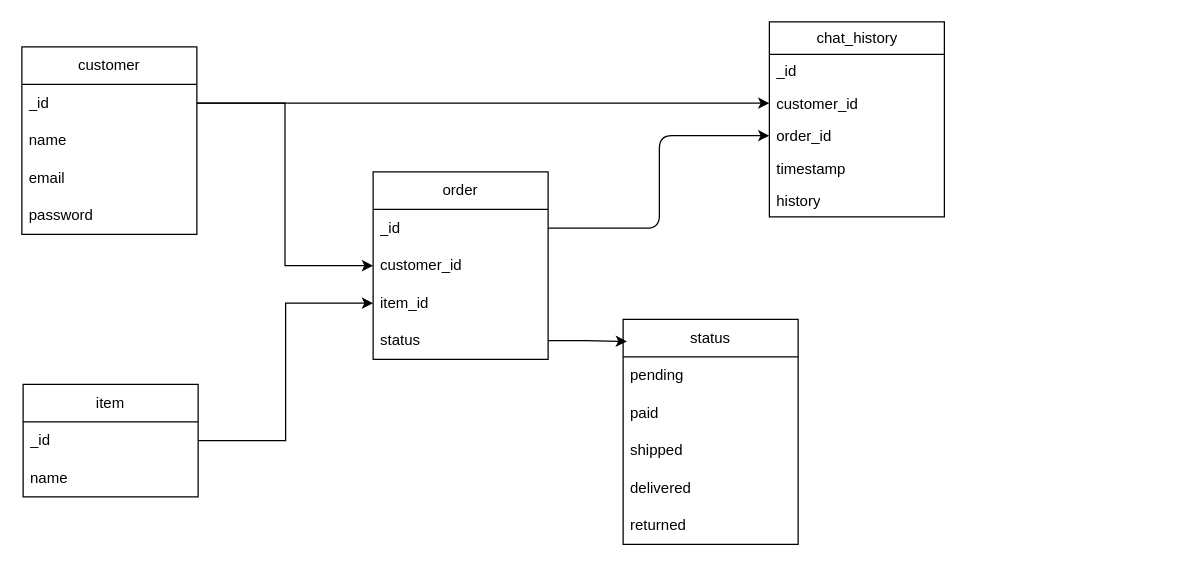
This is diagrams/chatbot-relational.drawio from LeandroFranciscato/go-chatbot, a draw.io file, before an edit. Source tidied: cells renumbered, new cells numbered last; positions are measured from the earlier drawing's top-left corner, leaving out a move shared by most shapes. Both pictures are drawn from the tidied source at 125%, with x=0, y=0 at pixel (21, 21).
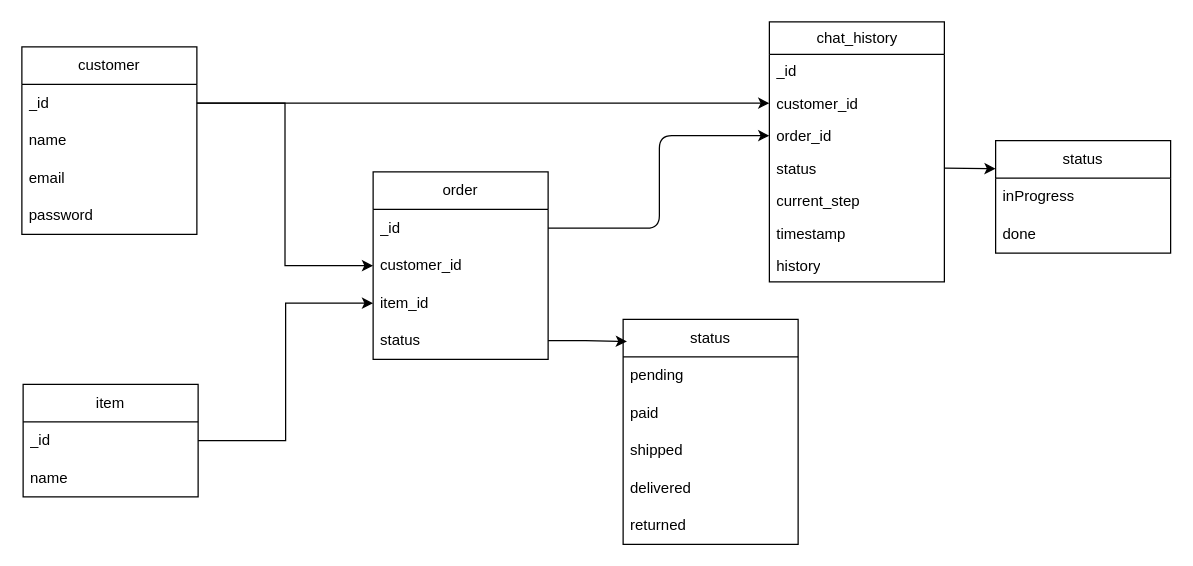
After the change.

What changed in the source:
```diff
@@
     <mxCell id="24" value="chat_history" style="swimlane;fontStyle=0;horizontal=1;startSize=26;fillColor=none;html=1;" parent="1" vertex="1">
-      <mxGeometry x="598" width="140" height="156" as="geometry" />
+      <mxGeometry x="598" width="140" height="208" as="geometry" />
     </mxCell>
@@
+    <mxCell id="32" value="status" style="text;strokeColor=none;fillColor=none;align=left;verticalAlign=top;spacingLeft=4;spacingRight=4;overflow=hidden;points=[[0,0.5],[1,0.5]];portConstraint=eastwest;whiteSpace=wrap;html=1;" parent="24" vertex="1">
+      <mxGeometry y="104" width="140" height="26" as="geometry" />
+    </mxCell>
+    <mxCell id="33" value="current_step" style="text;strokeColor=none;fillColor=none;align=left;verticalAlign=top;spacingLeft=4;spacingRight=4;overflow=hidden;whiteSpace=wrap;html=1;" parent="24" vertex="1">
+      <mxGeometry y="130" width="140" height="26" as="geometry" />
+    </mxCell>
     <mxCell id="28" value="timestamp&lt;br&gt;" style="text;strokeColor=none;fillColor=none;align=left;verticalAlign=top;spacingLeft=4;spacingRight=4;overflow=hidden;whiteSpace=wrap;html=1;" parent="24" vertex="1">
-      <mxGeometry y="104" width="140" height="26" as="geometry" />
+      <mxGeometry y="156" width="140" height="26" as="geometry" />
     </mxCell>
     <mxCell id="29" value="history" style="text;strokeColor=none;fillColor=none;align=left;verticalAlign=top;spacingLeft=4;spacingRight=4;overflow=hidden;whiteSpace=wrap;html=1;" parent="24" vertex="1">
-      <mxGeometry y="130" width="140" height="26" as="geometry" />
+      <mxGeometry y="182" width="140" height="26" as="geometry" />
     </mxCell>
@@
+    <mxCell id="34" value="status" style="swimlane;fontStyle=0;horizontal=1;startSize=30;whiteSpace=wrap;html=1;" parent="1" vertex="1">
+      <mxGeometry x="779" y="95" width="140" height="90" as="geometry" />
+    </mxCell>
+    <mxCell id="35" value="inProgress" style="text;strokeColor=none;fillColor=none;align=left;verticalAlign=middle;spacingLeft=4;spacingRight=4;overflow=hidden;whiteSpace=wrap;html=1;" parent="34" vertex="1">
+      <mxGeometry y="30" width="140" height="30" as="geometry" />
+    </mxCell>
+    <mxCell id="36" value="done" style="text;strokeColor=none;fillColor=none;align=left;verticalAlign=middle;spacingLeft=4;spacingRight=4;overflow=hidden;whiteSpace=wrap;html=1;" parent="34" vertex="1">
+      <mxGeometry y="60" width="140" height="30" as="geometry" />
+    </mxCell>
+    <mxCell id="37" style="edgeStyle=none;html=1;exitX=1;exitY=0.5;exitDx=0;exitDy=0;entryX=0;entryY=0.25;entryDx=0;entryDy=0;" parent="1" edge="1" source="32" target="34">
+      <mxGeometry relative="1" as="geometry" />
+    </mxCell>
```
